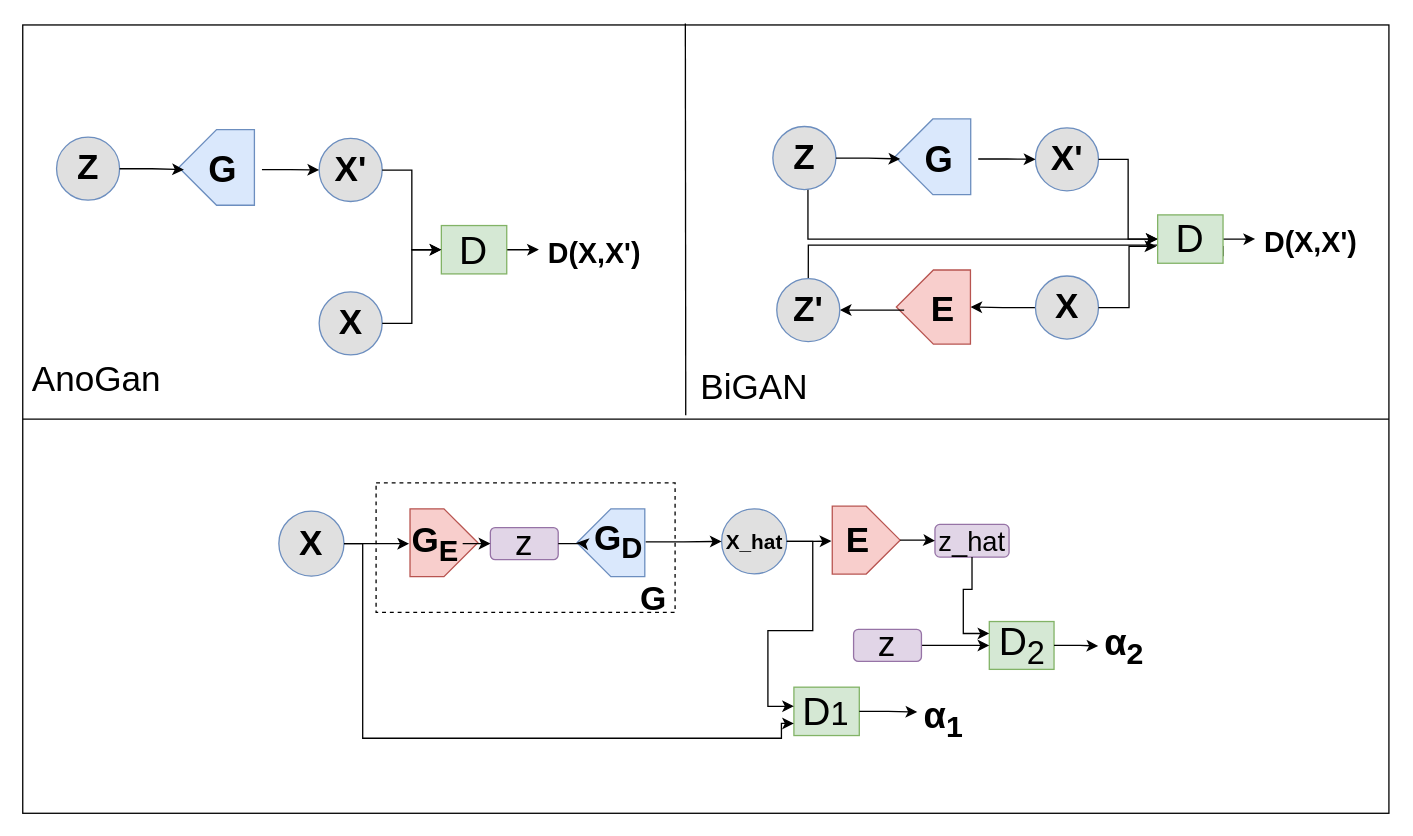
Earlier version of the draw.io diagram MGAN3.drawio (Pumpkin9841/pictures). Source tidied: cells renumbered, new cells numbered last; positions are measured from the earlier drawing's top-left corner, leaving out a move shared by most shapes. Both pictures are drawn from the tidied source at 130%, with x=0, y=0 at pixel (22, 25).
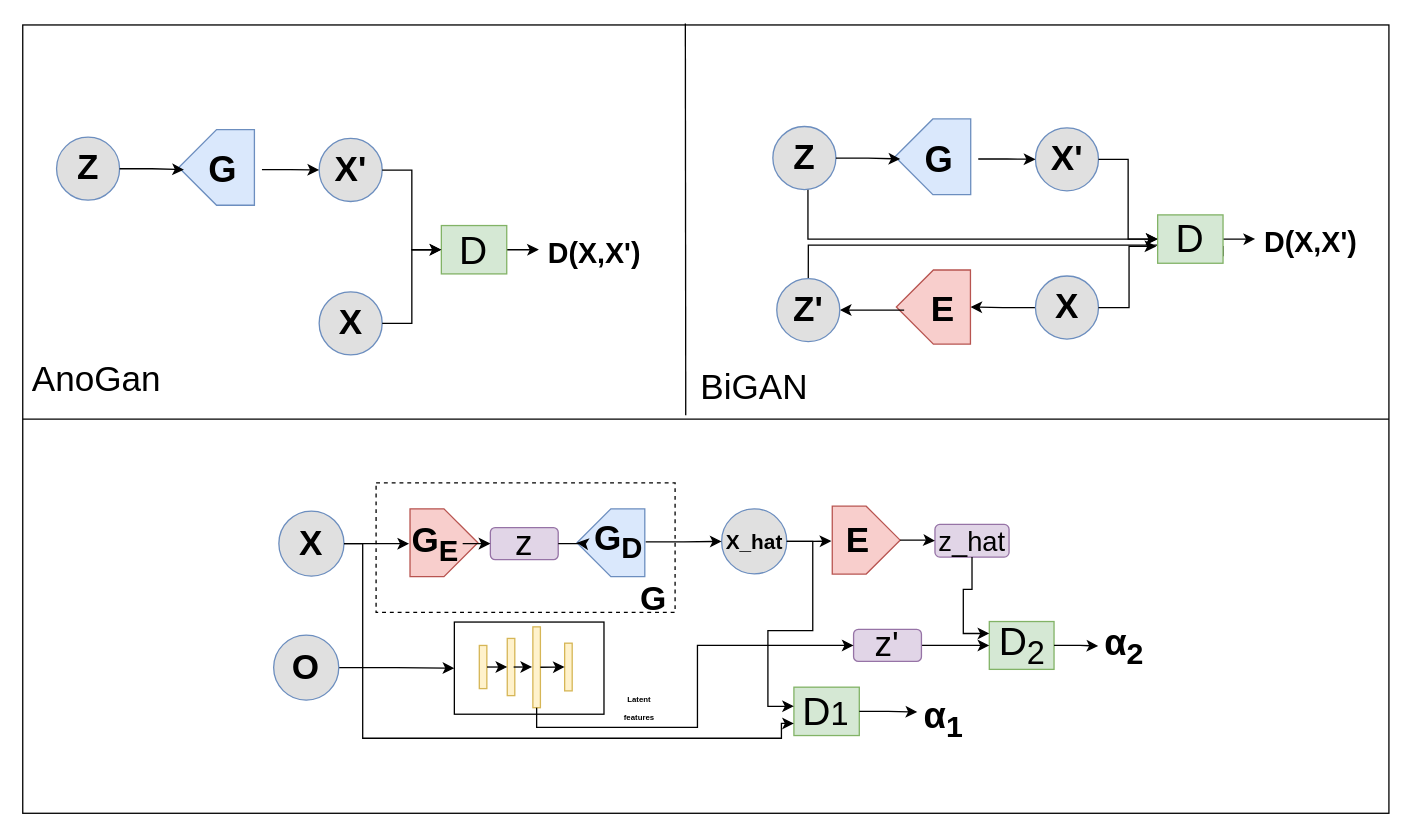
The same page after the edit.

Unchanged cells that the change refers to:
```xml
<mxCell id="3" style="group;" parent="1" vertex="1">
  <mxGeometry x="197" y="352" width="677" height="207.5" as="geometry" />
</mxCell>
```

Diff of the diagram source:
```diff
@@
-    <mxCell id="28" value="z" style="rounded=1;whiteSpace=wrap;html=1;shadow=0;sketch=0;fontFamily=Helvetica;fontSize=27;fillColor=#e1d5e7;strokeColor=#9673a6;" parent="3" vertex="1">
+    <mxCell id="28" value="z'" style="rounded=1;whiteSpace=wrap;html=1;shadow=0;sketch=0;fontFamily=Helvetica;fontSize=27;fillColor=#e1d5e7;strokeColor=#9673a6;" parent="3" vertex="1">
       <mxGeometry x="442.1" y="112.6" width="52.2" height="24.7" as="geometry" />
     </mxCell>
@@
+    <mxCell id="73" style="edgeStyle=orthogonalEdgeStyle;rounded=0;jettySize=auto;html=1;fontSize=6;" parent="1" edge="1" source="74" target="76">
+      <mxGeometry relative="1" as="geometry" />
+    </mxCell>
+    <mxCell id="74" value="&lt;span style=&quot;font-size: 27px&quot;&gt;&lt;b&gt;O&lt;/b&gt;&lt;/span&gt;" style="ellipse;whiteSpace=wrap;html=1;shadow=0;sketch=0;fontFamily=Helvetica;fontSize=18;fontColor=default;strokeColor=#6c8ebf;fillColor=#E0E0E0;" parent="1" vertex="1">
+      <mxGeometry x="193" y="469" width="50.1" height="50.1" as="geometry" />
+    </mxCell>
+    <mxCell id="75" style="group;" parent="1" vertex="1">
+      <mxGeometry x="332" y="459" width="115.1" height="70.9" as="geometry" />
+    </mxCell>
+    <mxCell id="76" style="rounded=0;whiteSpace=wrap;html=1;" parent="75" vertex="1">
+      <mxGeometry width="115.1" height="70.9" as="geometry" />
+    </mxCell>
+    <mxCell id="77" style="rounded=0;whiteSpace=wrap;html=1;fillColor=#fff2cc;strokeColor=#d6b656;rotation=90;" parent="75" vertex="1">
+      <mxGeometry x="5.5" y="31.7" width="33.2" height="5.8" as="geometry" />
+    </mxCell>
+    <mxCell id="78" style="rounded=0;whiteSpace=wrap;html=1;fillColor=#fff2cc;strokeColor=#d6b656;rotation=90;" parent="75" vertex="1">
+      <mxGeometry x="21.6" y="31.7" width="44" height="5.8" as="geometry" />
+    </mxCell>
+    <mxCell id="79" style="edgeStyle=orthogonalEdgeStyle;rounded=0;orthogonalLoop=1;jettySize=auto;html=1;" parent="75" edge="1">
+      <mxGeometry relative="1" as="geometry">
+        <mxPoint x="25.1" y="34.6" as="sourcePoint" />
+        <mxPoint x="40.7" y="34.6" as="targetPoint" />
+      </mxGeometry>
+    </mxCell>
+    <mxCell id="80" style="rounded=0;whiteSpace=wrap;html=1;fillColor=#fff2cc;strokeColor=#d6b656;rotation=90;" parent="75" vertex="1">
+      <mxGeometry x="32.2" y="31.9" width="62.2" height="5.8" as="geometry" />
+    </mxCell>
+    <mxCell id="81" style="edgeStyle=orthogonalEdgeStyle;rounded=0;orthogonalLoop=1;jettySize=auto;html=1;entryX=0.5;entryY=1;entryDx=0;entryDy=0;" parent="75" edge="1">
+      <mxGeometry relative="1" as="geometry">
+        <mxPoint x="45.6" y="34.6" as="sourcePoint" />
+        <mxPoint x="59.8" y="34.8" as="targetPoint" />
+      </mxGeometry>
+    </mxCell>
+    <mxCell id="82" style="rounded=0;whiteSpace=wrap;html=1;fillColor=#fff2cc;strokeColor=#d6b656;rotation=90;" parent="75" vertex="1">
+      <mxGeometry x="69.4" y="31.7" width="36.7" height="5.8" as="geometry" />
+    </mxCell>
+    <mxCell id="83" style="edgeStyle=orthogonalEdgeStyle;rounded=0;jettySize=auto;html=1;entryX=0.5;entryY=1;entryDx=0;entryDy=0;" parent="75" edge="1" source="80" target="82">
+      <mxGeometry relative="1" as="geometry">
+        <Array as="points">
+          <mxPoint x="76" y="34.3" />
+          <mxPoint x="76" y="34.3" />
+        </Array>
+      </mxGeometry>
+    </mxCell>
+    <mxCell id="84" style="edgeStyle=orthogonalEdgeStyle;rounded=0;jettySize=auto;html=1;entryX=0;entryY=0.5;entryDx=0;entryDy=0;" parent="1" edge="1" source="80" target="28">
+      <mxGeometry relative="1" as="geometry">
+        <Array as="points">
+          <mxPoint x="395" y="540" />
+          <mxPoint x="519" y="540" />
+          <mxPoint x="519" y="477" />
+        </Array>
+      </mxGeometry>
+    </mxCell>
+    <mxCell id="85" value="&lt;font style=&quot;font-size: 6px&quot;&gt;&lt;b&gt;Latent&lt;br&gt;features&lt;/b&gt;&lt;/font&gt;" style="edgeLabel;html=1;align=center;verticalAlign=middle;" parent="84" vertex="1">
+      <mxGeometry x="-0.48" y="2" relative="1" as="geometry">
+        <mxPoint x="9" y="-15" as="offset" />
+      </mxGeometry>
+    </mxCell>
```
